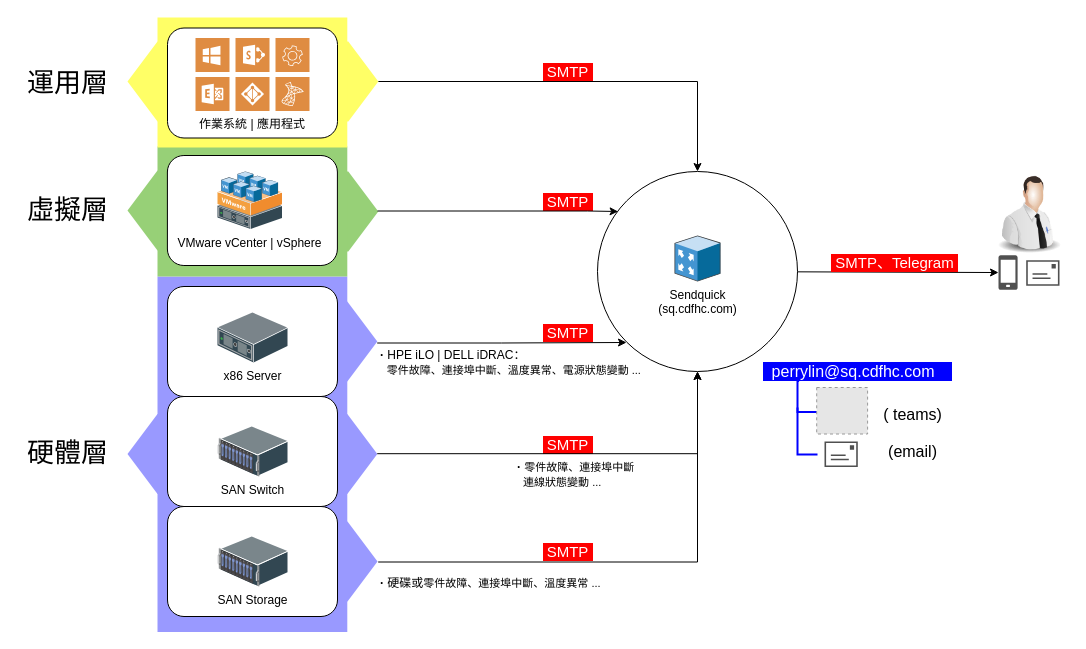
Above: page "告警示意圖" (8 of 9) of Untitled Diagram.drawio in linfengte/Fabmedical (draw.io), before the change. Source tidied: cells renumbered, new cells numbered last; positions are measured from the earlier drawing's top-left corner, leaving out a move shared by most shapes. Both pictures are drawn from the tidied source at 100%, with x=0, y=0 at pixel (17, 17). Pictures stored in the file or linked from it are replaced by grey dashed boxes.
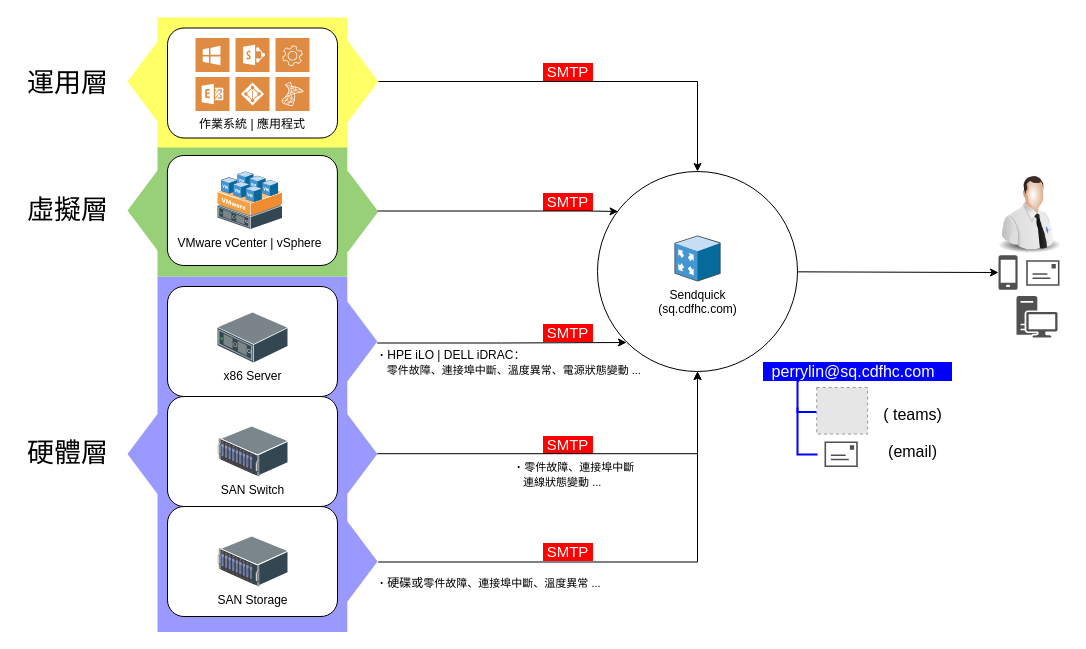
After the change.

Change to the diagram source:
```diff
@@
-    <mxCell id="45" value="&amp;nbsp;SMTP、Telegram&amp;nbsp;" style="text;html=1;align=center;verticalAlign=middle;fillColor=none;strokeColor=none;rounded=0;shadow=0;labelBackgroundColor=#FF0000;sketch=0;fontSize=15;fontColor=#FFFFFF;" parent="1" vertex="1">
-      <mxGeometry x="807" y="235" width="140" height="20" as="geometry" />
-    </mxCell>
@@
+    <mxCell id="59" style="shadow=0;dashed=0;html=1;strokeColor=none;fillColor=#505050;labelPosition=center;verticalLabelPosition=bottom;verticalAlign=top;align=center;shape=mxgraph.office.devices.workstation;labelBackgroundColor=none;fontSize=16;fontColor=#000000;" parent="1" vertex="1">
+      <mxGeometry x="999" y="278.5" width="41" height="41.5" as="geometry" />
+    </mxCell>
```
